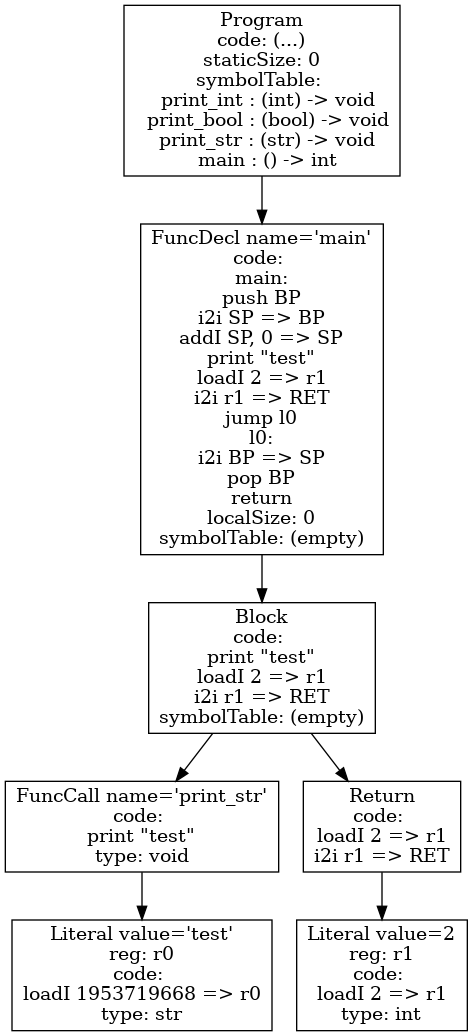
Before: p4-codegen/iloc-tree.png, a diagram exported from Graphviz (dada1802/cs432-project). Its source is kept beside it as p4-codegen/iloc-tree.dot.
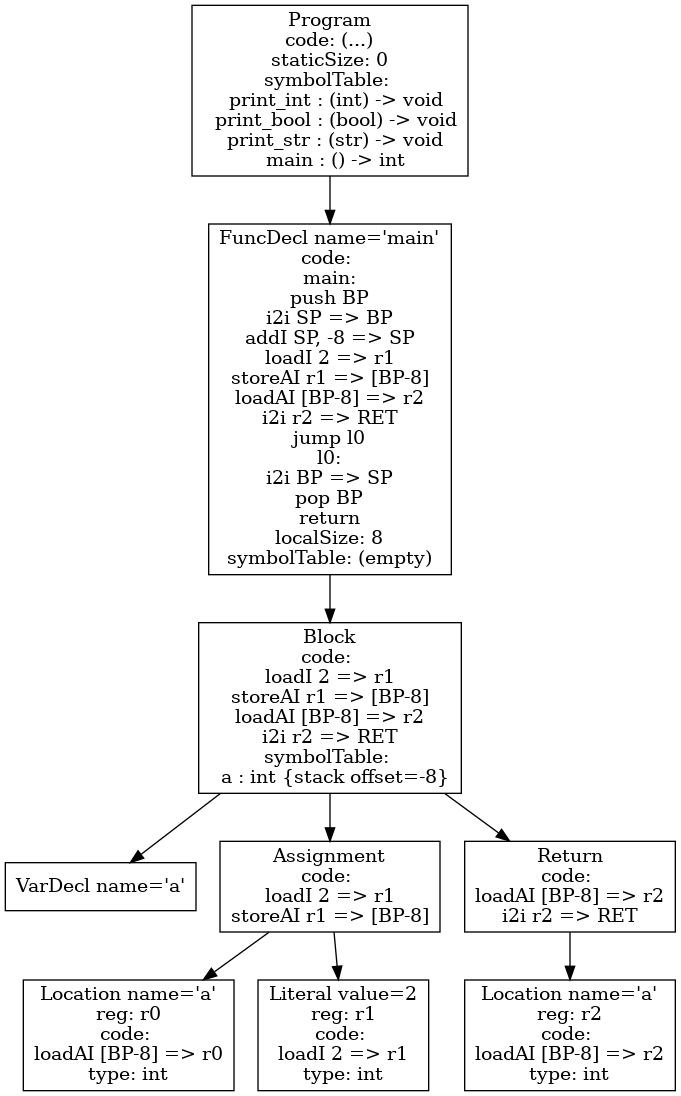
After the change.

Diff of the diagram source:
```diff
@@ -1,14 +1,18 @@
 digraph AST {
-4 [shape=box, label="Literal value='test'\nreg: r0\ncode: \nloadI 1953719668 => r0\ntype: str"];
-3 [shape=box, label="FuncCall name='print_str'\ncode: \nprint \"test\"\ntype: void"];
-3 -> 4;
+3 [shape=box, label="VarDecl name='a'"];
+5 [shape=box, label="Location name='a'\nreg: r0\ncode: \nloadAI [BP-8] => r0\ntype: int"];
 6 [shape=box, label="Literal value=2\nreg: r1\ncode: \nloadI 2 => r1\ntype: int"];
-5 [shape=box, label="Return\ncode: \nloadI 2 => r1\ni2i r1 => RET"];
-5 -> 6;
-2 [shape=box, label="Block\ncode: \nprint \"test\"\nloadI 2 => r1\ni2i r1 => RET\nsymbolTable: (empty)"];
+4 [shape=box, label="Assignment\ncode: \nloadI 2 => r1\nstoreAI r1 => [BP-8]"];
+4 -> 5;
+4 -> 6;
+8 [shape=box, label="Location name='a'\nreg: r2\ncode: \nloadAI [BP-8] => r2\ntype: int"];
+7 [shape=box, label="Return\ncode: \nloadAI [BP-8] => r2\ni2i r2 => RET"];
+7 -> 8;
+2 [shape=box, label="Block\ncode: \nloadI 2 => r1\nstoreAI r1 => [BP-8]\nloadAI [BP-8] => r2\ni2i r2 => RET\nsymbolTable: \n  a : int {stack offset=-8}"];
 2 -> 3;
-2 -> 5;
-1 [shape=box, label="FuncDecl name='main'\ncode: \nmain:\npush BP\ni2i SP => BP\naddI SP, 0 => SP\nprint \"test\"\nloadI 2 => r1\ni2i r1 => RET\njump l0\nl0:\ni2i BP => SP\npop BP\nreturn\nlocalSize: 0\nsymbolTable: (empty)"];
+2 -> 4;
+2 -> 7;
+1 [shape=box, label="FuncDecl name='main'\ncode: \nmain:\npush BP\ni2i SP => BP\naddI SP, -8 => SP\nloadI 2 => r1\nstoreAI r1 => [BP-8]\nloadAI [BP-8] => r2\ni2i r2 => RET\njump l0\nl0:\ni2i BP => SP\npop BP\nreturn\nlocalSize: 8\nsymbolTable: (empty)"];
 1 -> 2;
 0 [shape=box, label="Program\ncode: (...)\nstaticSize: 0\nsymbolTable: \n  print_int : (int) -> void\n  print_bool : (bool) -> void\n  print_str : (str) -> void\n  main : () -> int"];
 0 -> 1;
```
